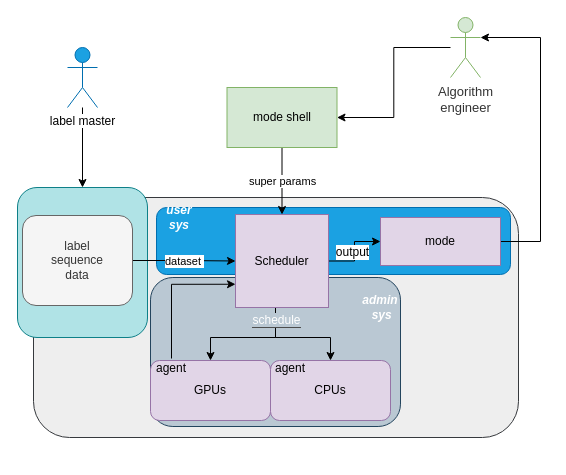
Before: 初稿HPC集群架构.drawio in gumuqi/draw.io, a draw.io diagram. Source tidied: cells renumbered, new cells numbered last; positions are measured from the earlier drawing's top-left corner, leaving out a move shared by most shapes. Both pictures are drawn from the tidied source at 100%, with x=0, y=0 at pixel (17, 17).
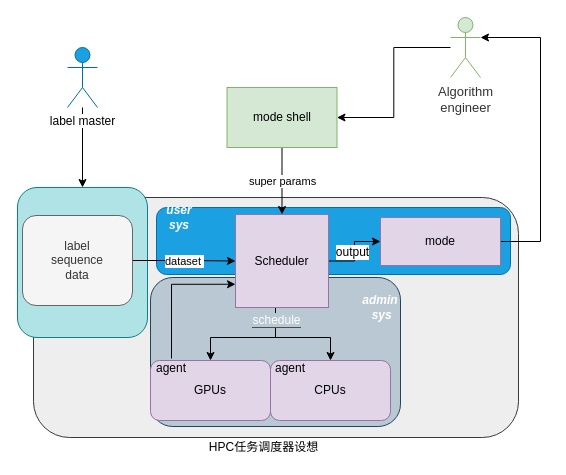
After the change.

Commit message (it also covers changes not shown here):
更新初稿HPC集群架构.drawio

Diff of the diagram source:
```diff
@@
+    <mxCell id="29" value="HPC任务调度器设想" style="text;html=1;strokeColor=none;fillColor=none;align=center;verticalAlign=middle;whiteSpace=wrap;rounded=0;labelBackgroundColor=none;fontColor=#000000;" parent="1" vertex="1">
+      <mxGeometry x="177" y="420" width="139" height="20" as="geometry" />
+    </mxCell>
```
